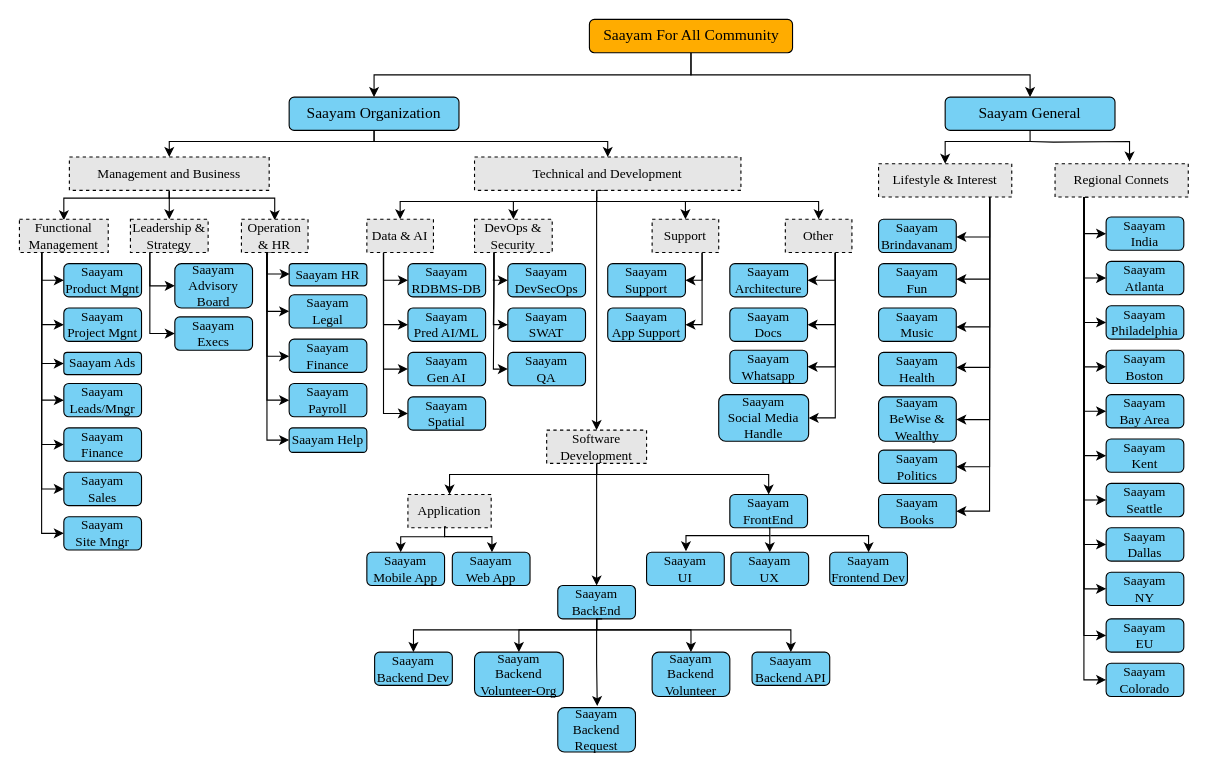
The draw.io diagram Saayam.drawio in PallaviChitrada10/PallaviChitrada, before the edit. Source tidied: cells renumbered, new cells numbered last; positions are measured from the earlier drawing's top-left corner, leaving out a move shared by most shapes. Both pictures are drawn from the tidied source at 111%, with x=0, y=0 at pixel (19, 19).
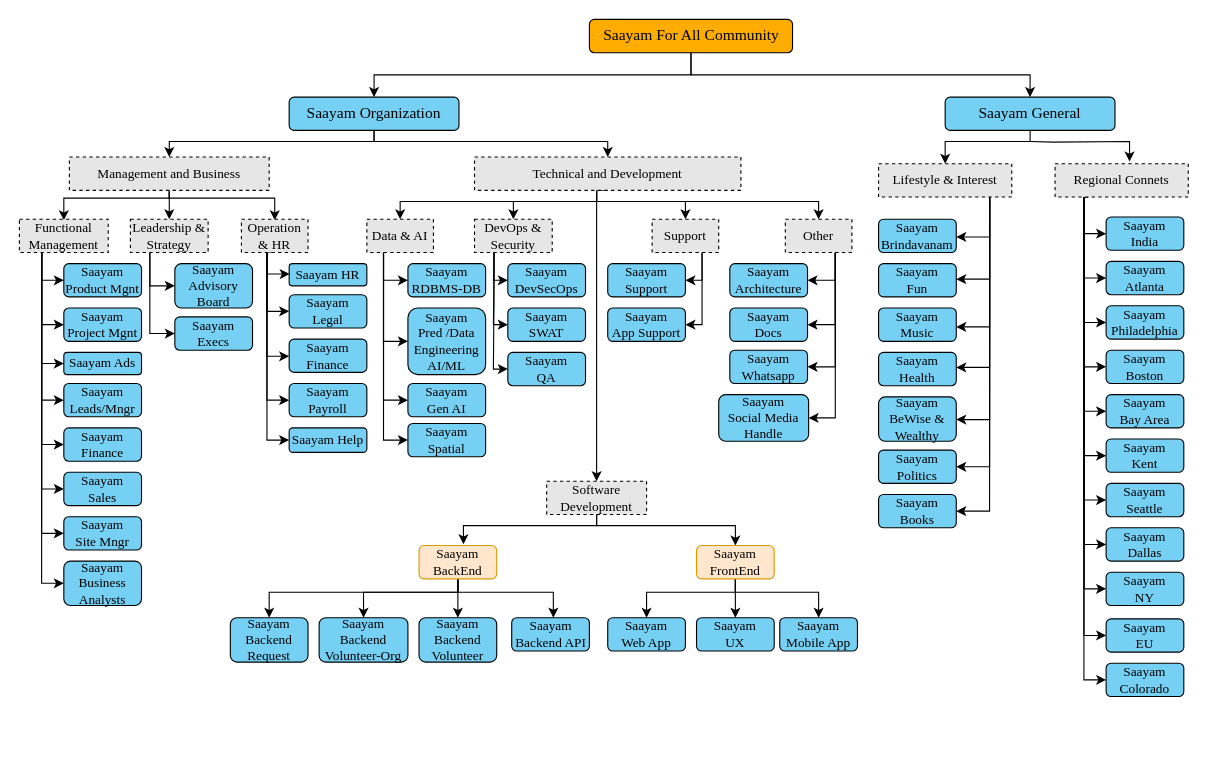
The same diagram, later.

Unchanged cells that the change refers to:
```xml
<mxCell id="27" value="Functional Management" style="text;html=1;align=center;verticalAlign=middle;whiteSpace=wrap;rounded=0;fontFamily=Times New Roman;labelBackgroundColor=none;fillColor=#E6E6E6;strokeColor=default;dashed=1;" parent="1" vertex="1">
  <mxGeometry y="180" width="80" height="30" as="geometry" />
</mxCell>
```

Diff of the diagram source:
```diff
@@
+    <mxCell id="147" style="edgeStyle=orthogonalEdgeStyle;rounded=0;jettySize=auto;html=1;exitX=0.25;exitY=1;exitDx=0;exitDy=0;entryX=0;entryY=0.5;entryDx=0;entryDy=0;" parent="1" edge="1" source="27" target="150">
+      <mxGeometry relative="1" as="geometry" />
+    </mxCell>
@@
-    <mxCell id="48" value="Saayam&lt;br&gt;Pred AI/ML" style="rounded=1;whiteSpace=wrap;html=1;fontFamily=Times New Roman;labelBackgroundColor=none;fillColor=light-dark(#76D0F4,#1D293B);" parent="1" vertex="1">
-      <mxGeometry x="350" y="260" width="70" height="30" as="geometry" />
+    <mxCell id="48" value="Saayam&lt;br&gt;Pred /Data Engineering AI/ML" style="rounded=1;whiteSpace=wrap;html=1;fontFamily=Times New Roman;labelBackgroundColor=none;fillColor=light-dark(#76D0F4,#1D293B);" parent="1" vertex="1">
+      <mxGeometry x="350" y="260" width="70" height="60" as="geometry" />
     </mxCell>
     <mxCell id="49" value="Saayam&lt;br&gt;Gen AI" style="rounded=1;whiteSpace=wrap;html=1;fontFamily=Times New Roman;labelBackgroundColor=none;fillColor=light-dark(#76D0F4,#1D293B);" parent="1" vertex="1">
-      <mxGeometry x="350" y="300" width="70" height="30" as="geometry" />
+      <mxGeometry x="350" y="328" width="70" height="30" as="geometry" />
     </mxCell>
@@
     <mxCell id="67" value="Saayam&lt;br&gt;Spatial" style="rounded=1;whiteSpace=wrap;html=1;fontFamily=Times New Roman;labelBackgroundColor=none;fillColor=light-dark(#76D0F4,#1D293B);" parent="1" vertex="1">
-      <mxGeometry x="350" y="340" width="70" height="30" as="geometry" />
+      <mxGeometry x="350" y="364" width="70" height="30" as="geometry" />
     </mxCell>
@@
-    <mxCell id="75" style="edgeStyle=orthogonalEdgeStyle;rounded=0;jettySize=auto;html=1;exitX=0.5;exitY=1;exitDx=0;exitDy=0;entryX=0.5;entryY=0;entryDx=0;entryDy=0;" parent="1" edge="1" source="77" target="79">
-      <mxGeometry relative="1" as="geometry">
-        <Array as="points">
-          <mxPoint x="520" y="410" />
-          <mxPoint x="388" y="410" />
-          <mxPoint x="388" y="428" />
-        </Array>
-      </mxGeometry>
-    </mxCell>
     <mxCell id="76" style="edgeStyle=orthogonalEdgeStyle;rounded=0;jettySize=auto;html=1;exitX=0.5;exitY=1;exitDx=0;exitDy=0;entryX=0.5;entryY=0;entryDx=0;entryDy=0;" parent="1" edge="1" source="77" target="88">
       <mxGeometry relative="1" as="geometry">
         <Array as="points">
-          <mxPoint x="520" y="410" />
-          <mxPoint x="675" y="410" />
+          <mxPoint x="520" y="456" />
+          <mxPoint x="645" y="456" />
         </Array>
       </mxGeometry>
     </mxCell>
     <mxCell id="77" value="Software Development" style="text;html=1;align=center;verticalAlign=middle;whiteSpace=wrap;rounded=0;fontFamily=Times New Roman;labelBackgroundColor=none;fillColor=#E6E6E6;strokeColor=default;dashed=1;" parent="1" vertex="1">
-      <mxGeometry x="475" y="370" width="90" height="30" as="geometry" />
+      <mxGeometry x="475" y="416" width="90" height="30" as="geometry" />
     </mxCell>
-    <mxCell id="78" style="edgeStyle=orthogonalEdgeStyle;rounded=0;orthogonalLoop=1;jettySize=auto;html=1;exitX=0.5;exitY=1;exitDx=0;exitDy=0;" parent="1" edge="1">
-      <mxGeometry relative="1" as="geometry">
-        <mxPoint x="383" y="454" as="sourcePoint" />
-        <mxPoint x="343.5" y="480" as="targetPoint" />
-        <Array as="points">
-          <mxPoint x="383.5" y="466" />
-          <mxPoint x="343.5" y="466" />
-        </Array>
-      </mxGeometry>
-    </mxCell>
-    <mxCell id="79" value="Application" style="text;html=1;align=center;verticalAlign=middle;whiteSpace=wrap;rounded=0;fontFamily=Times New Roman;labelBackgroundColor=none;fillColor=#E6E6E6;strokeColor=default;dashed=1;" parent="1" vertex="1">
-      <mxGeometry x="350" y="428" width="75" height="30" as="geometry" />
-    </mxCell>
     <mxCell id="80" value="Saayam&lt;br&gt;Mobile App" style="rounded=1;whiteSpace=wrap;html=1;fontFamily=Times New Roman;labelBackgroundColor=none;fillColor=light-dark(#76D0F4,#1D293B);" parent="1" vertex="1">
-      <mxGeometry x="313" y="480" width="70" height="30" as="geometry" />
+      <mxGeometry x="685" y="539" width="70" height="30" as="geometry" />
     </mxCell>
     <mxCell id="81" value="Saayam&lt;br&gt;Web App" style="rounded=1;whiteSpace=wrap;html=1;fontFamily=Times New Roman;labelBackgroundColor=none;fillColor=light-dark(#76D0F4,#1D293B);" parent="1" vertex="1">
-      <mxGeometry x="390" y="480" width="70" height="30" as="geometry" />
+      <mxGeometry x="530" y="539" width="70" height="30" as="geometry" />
     </mxCell>
-    <mxCell id="82" style="edgeStyle=orthogonalEdgeStyle;rounded=0;jettySize=auto;html=1;exitX=0.5;exitY=1;exitDx=0;exitDy=0;entryX=0.5;entryY=0;entryDx=0;entryDy=0;" parent="1" edge="1" source="85" target="90">
-      <mxGeometry relative="1" as="geometry">
-        <Array as="points">
-          <mxPoint x="520" y="550" />
-          <mxPoint x="450" y="550" />
-        </Array>
-      </mxGeometry>
-    </mxCell>
     <mxCell id="83" style="edgeStyle=orthogonalEdgeStyle;rounded=0;jettySize=auto;html=1;exitX=0.5;exitY=1;exitDx=0;exitDy=0;entryX=0.5;entryY=0;entryDx=0;entryDy=0;" parent="1" edge="1" source="85" target="92">
-      <mxGeometry relative="1" as="geometry">
-        <Array as="points">
-          <mxPoint x="520" y="550" />
-          <mxPoint x="605" y="550" />
-        </Array>
-      </mxGeometry>
+      <mxGeometry relative="1" as="geometry" />
     </mxCell>
-    <mxCell id="84" style="edgeStyle=orthogonalEdgeStyle;rounded=0;jettySize=auto;html=1;exitX=0.5;exitY=1;exitDx=0;exitDy=0;entryX=0.5;entryY=0;entryDx=0;entryDy=0;" parent="1" edge="1" source="85" target="93">
+    <mxCell id="84" style="edgeStyle=orthogonalEdgeStyle;rounded=0;jettySize=auto;html=1;exitX=0.5;exitY=1;exitDx=0;exitDy=0;entryX=0.536;entryY=-0.001;entryDx=0;entryDy=0;entryPerimeter=0;" parent="1" edge="1" source="85" target="93">
       <mxGeometry relative="1" as="geometry">
         <Array as="points">
-          <mxPoint x="520" y="550" />
-          <mxPoint x="695" y="550" />
+          <mxPoint x="395" y="516" />
+          <mxPoint x="481" y="516" />
         </Array>
       </mxGeometry>
     </mxCell>
+    <mxCell id="82" style="edgeStyle=orthogonalEdgeStyle;rounded=0;jettySize=auto;html=1;exitX=0.5;exitY=1;exitDx=0;exitDy=0;entryX=0.5;entryY=0;entryDx=0;entryDy=0;" parent="1" edge="1" source="85" target="90">
+      <mxGeometry relative="1" as="geometry">
+        <Array as="points">
+          <mxPoint x="395" y="516" />
+          <mxPoint x="310" y="516" />
+        </Array>
+      </mxGeometry>
+    </mxCell>
+    <mxCell id="142" style="edgeStyle=orthogonalEdgeStyle;rounded=0;jettySize=auto;html=1;exitX=0.5;exitY=1;exitDx=0;exitDy=0;entryX=0.5;entryY=0;entryDx=0;entryDy=0;" parent="1" edge="1" source="85" target="91">
+      <mxGeometry relative="1" as="geometry">
+        <Array as="points">
+          <mxPoint x="395" y="516" />
+          <mxPoint x="225" y="516" />
+        </Array>
+      </mxGeometry>
+    </mxCell>
-    <mxCell id="85" value="Saayam&lt;br&gt;BackEnd" style="rounded=1;whiteSpace=wrap;html=1;fontFamily=Times New Roman;labelBackgroundColor=none;fillColor=light-dark(#76D0F4,#1D293B);" parent="1" vertex="1">
-      <mxGeometry x="485" y="510" width="70" height="30" as="geometry" />
+    <mxCell id="85" value="Saayam&lt;br&gt;BackEnd" style="rounded=1;whiteSpace=wrap;html=1;fontFamily=Times New Roman;labelBackgroundColor=none;fillColor=#ffe6cc;strokeColor=#d79b00;" parent="1" vertex="1">
+      <mxGeometry x="360" y="474" width="70" height="30" as="geometry" />
     </mxCell>
-    <mxCell id="86" style="edgeStyle=orthogonalEdgeStyle;rounded=0;jettySize=auto;html=1;entryX=0.507;entryY=-0.028;entryDx=0;entryDy=0;entryPerimeter=0;" parent="1" edge="1" target="94">
-      <mxGeometry relative="1" as="geometry">
-        <mxPoint x="676" y="465" as="sourcePoint" />
-        <Array as="points">
-          <mxPoint x="676" y="465" />
-          <mxPoint x="600" y="465" />
-          <mxPoint x="600" y="479" />
-        </Array>
-      </mxGeometry>
-    </mxCell>
-    <mxCell id="87" style="edgeStyle=orthogonalEdgeStyle;rounded=0;jettySize=auto;html=1;entryX=0.5;entryY=0;entryDx=0;entryDy=0;" parent="1" edge="1" target="96">
-      <mxGeometry relative="1" as="geometry">
-        <mxPoint x="676.5" y="465" as="sourcePoint" />
-        <Array as="points">
-          <mxPoint x="765" y="465" />
-        </Array>
-      </mxGeometry>
-    </mxCell>
+    <mxCell id="140" style="edgeStyle=orthogonalEdgeStyle;rounded=0;jettySize=auto;html=1;exitX=0.5;exitY=1;exitDx=0;exitDy=0;entryX=0.5;entryY=0;entryDx=0;entryDy=0;" parent="1" edge="1" source="88" target="95">
+      <mxGeometry relative="1" as="geometry" />
+    </mxCell>
+    <mxCell id="148" style="edgeStyle=orthogonalEdgeStyle;rounded=0;jettySize=auto;html=1;exitX=0.5;exitY=1;exitDx=0;exitDy=0;entryX=0.5;entryY=0;entryDx=0;entryDy=0;" parent="1" edge="1" source="88" target="81">
+      <mxGeometry relative="1" as="geometry">
+        <Array as="points">
+          <mxPoint x="645" y="516" />
+          <mxPoint x="565" y="516" />
+        </Array>
+      </mxGeometry>
+    </mxCell>
+    <mxCell id="149" style="edgeStyle=orthogonalEdgeStyle;rounded=0;jettySize=auto;html=1;exitX=0.5;exitY=1;exitDx=0;exitDy=0;entryX=0.5;entryY=0;entryDx=0;entryDy=0;" parent="1" edge="1" source="88" target="80">
+      <mxGeometry relative="1" as="geometry">
+        <Array as="points">
+          <mxPoint x="645" y="516" />
+          <mxPoint x="720" y="516" />
+        </Array>
+      </mxGeometry>
+    </mxCell>
-    <mxCell id="88" value="Saayam&lt;br&gt;FrontEnd" style="rounded=1;whiteSpace=wrap;html=1;fontFamily=Times New Roman;labelBackgroundColor=none;fillColor=light-dark(#76D0F4,#1D293B);" parent="1" vertex="1">
-      <mxGeometry x="640" y="428" width="70" height="30" as="geometry" />
+    <mxCell id="88" value="Saayam&lt;br&gt;FrontEnd" style="rounded=1;whiteSpace=wrap;html=1;fontFamily=Times New Roman;labelBackgroundColor=none;fillColor=#ffe6cc;strokeColor=#d79b00;" parent="1" vertex="1">
+      <mxGeometry x="610" y="474" width="70" height="30" as="geometry" />
     </mxCell>
-    <mxCell id="89" value="Saayam&lt;br&gt;Backend Dev" style="rounded=1;whiteSpace=wrap;html=1;fontFamily=Times New Roman;labelBackgroundColor=none;fillColor=light-dark(#76D0F4,#1D293B);" parent="1" vertex="1">
-      <mxGeometry x="320" y="570" width="70" height="30" as="geometry" />
-    </mxCell>
     <mxCell id="90" value="Saayam&lt;br&gt;Backend Volunteer-Org" style="rounded=1;whiteSpace=wrap;html=1;fontFamily=Times New Roman;labelBackgroundColor=none;fillColor=light-dark(#76D0F4,#1D293B);" parent="1" vertex="1">
-      <mxGeometry x="410" y="570" width="80" height="40" as="geometry" />
+      <mxGeometry x="270" y="539" width="80" height="40" as="geometry" />
     </mxCell>
     <mxCell id="91" value="Saayam&lt;br&gt;Backend Request" style="rounded=1;whiteSpace=wrap;html=1;fontFamily=Times New Roman;labelBackgroundColor=none;fillColor=light-dark(#76D0F4,#1D293B);" parent="1" vertex="1">
-      <mxGeometry x="485" y="620" width="70" height="40" as="geometry" />
+      <mxGeometry x="190" y="539" width="70" height="40" as="geometry" />
     </mxCell>
     <mxCell id="92" value="Saayam&lt;br&gt;Backend Volunteer" style="rounded=1;whiteSpace=wrap;html=1;fontFamily=Times New Roman;labelBackgroundColor=none;fillColor=light-dark(#76D0F4,#1D293B);" parent="1" vertex="1">
-      <mxGeometry x="570" y="570" width="70" height="40" as="geometry" />
+      <mxGeometry x="360" y="539" width="70" height="40" as="geometry" />
     </mxCell>
     <mxCell id="93" value="Saayam&lt;br&gt;Backend API" style="rounded=1;whiteSpace=wrap;html=1;fontFamily=Times New Roman;labelBackgroundColor=none;fillColor=light-dark(#76D0F4,#1D293B);" parent="1" vertex="1">
-      <mxGeometry x="660" y="570" width="70" height="30" as="geometry" />
+      <mxGeometry x="443.5" y="539" width="70" height="30" as="geometry" />
     </mxCell>
-    <mxCell id="94" value="Saayam&lt;br&gt;UI" style="rounded=1;whiteSpace=wrap;html=1;fontFamily=Times New Roman;labelBackgroundColor=none;fillColor=light-dark(#76D0F4,#1D293B);" parent="1" vertex="1">
-      <mxGeometry x="565" y="480" width="70" height="30" as="geometry" />
-    </mxCell>
-    <mxCell id="95" value="Saayam&lt;br&gt;UX" style="rounded=1;whiteSpace=wrap;html=1;fontFamily=Times New Roman;labelBackgroundColor=none;fillColor=light-dark(#76D0F4,#1D293B);" parent="1" vertex="1">
-      <mxGeometry x="641" y="480" width="70" height="30" as="geometry" />
-    </mxCell>
-    <mxCell id="96" value="Saayam&lt;br&gt;Frontend Dev" style="rounded=1;whiteSpace=wrap;html=1;fontFamily=Times New Roman;labelBackgroundColor=none;fillColor=light-dark(#76D0F4,#1D293B);" parent="1" vertex="1">
-      <mxGeometry x="730" y="480" width="70" height="30" as="geometry" />
-    </mxCell>
@@
-    <mxCell id="139" style="edgeStyle=orthogonalEdgeStyle;rounded=0;orthogonalLoop=1;jettySize=auto;html=1;exitX=0.525;exitY=0.936;exitDx=0;exitDy=0;entryX=0.581;entryY=-0.03;entryDx=0;entryDy=0;entryPerimeter=0;exitPerimeter=0;" parent="1" edge="1">
-      <mxGeometry relative="1" as="geometry">
-        <mxPoint x="384.4" y="457" as="sourcePoint" />
-        <mxPoint x="425.7" y="480" as="targetPoint" />
-        <Array as="points">
-          <mxPoint x="383" y="456.9" />
-          <mxPoint x="383" y="465.9" />
-          <mxPoint x="426" y="465.9" />
-        </Array>
-      </mxGeometry>
-    </mxCell>
-    <mxCell id="140" style="edgeStyle=orthogonalEdgeStyle;rounded=0;jettySize=auto;html=1;exitX=0.5;exitY=1;exitDx=0;exitDy=0;entryX=0.5;entryY=0;entryDx=0;entryDy=0;" parent="1" edge="1" source="88" target="95">
-      <mxGeometry relative="1" as="geometry" />
-    </mxCell>
-    <mxCell id="141" style="edgeStyle=orthogonalEdgeStyle;rounded=0;orthogonalLoop=1;jettySize=auto;html=1;" parent="1" edge="1">
+    <mxCell id="141" style="edgeStyle=orthogonalEdgeStyle;rounded=0;jettySize=auto;html=1;entryX=0.572;entryY=-0.039;entryDx=0;entryDy=0;entryPerimeter=0;" parent="1" edge="1" target="85">
       <mxGeometry relative="1" as="geometry">
-        <mxPoint x="520" y="400" as="sourcePoint" />
-        <mxPoint x="520" y="510" as="targetPoint" />
+        <mxPoint x="520" y="446" as="sourcePoint" />
+        <Array as="points">
+          <mxPoint x="520" y="456" />
+          <mxPoint x="400" y="456" />
+        </Array>
       </mxGeometry>
     </mxCell>
-    <mxCell id="142" style="edgeStyle=orthogonalEdgeStyle;rounded=0;jettySize=auto;html=1;entryX=0.508;entryY=-0.035;entryDx=0;entryDy=0;entryPerimeter=0;" parent="1" edge="1" source="85" target="91">
-      <mxGeometry relative="1" as="geometry" />
-    </mxCell>
-    <mxCell id="143" style="edgeStyle=orthogonalEdgeStyle;rounded=0;orthogonalLoop=1;jettySize=auto;html=1;exitX=0.5;exitY=1;exitDx=0;exitDy=0;entryX=0.429;entryY=0;entryDx=0;entryDy=0;entryPerimeter=0;" parent="1" edge="1">
-      <mxGeometry relative="1" as="geometry">
-        <mxPoint x="525" y="540" as="sourcePoint" />
-        <mxPoint x="355" y="570" as="targetPoint" />
-        <Array as="points">
-          <mxPoint x="520" y="540" />
-          <mxPoint x="520" y="550" />
-          <mxPoint x="355" y="550" />
-        </Array>
-      </mxGeometry>
-    </mxCell>
@@
+    <mxCell id="150" value="Saayam Business Analysts" style="rounded=1;whiteSpace=wrap;html=1;fontFamily=Times New Roman;labelBackgroundColor=none;fillColor=light-dark(#76D0F4,#1D293B);" parent="1" vertex="1">
+      <mxGeometry x="40" y="488" width="70" height="40" as="geometry" />
+    </mxCell>
+    <mxCell id="95" value="Saayam&lt;br&gt;UX" style="rounded=1;whiteSpace=wrap;html=1;fontFamily=Times New Roman;labelBackgroundColor=none;fillColor=light-dark(#76D0F4,#1D293B);" parent="1" vertex="1">
+      <mxGeometry x="610" y="539" width="70" height="30" as="geometry" />
+    </mxCell>
```
